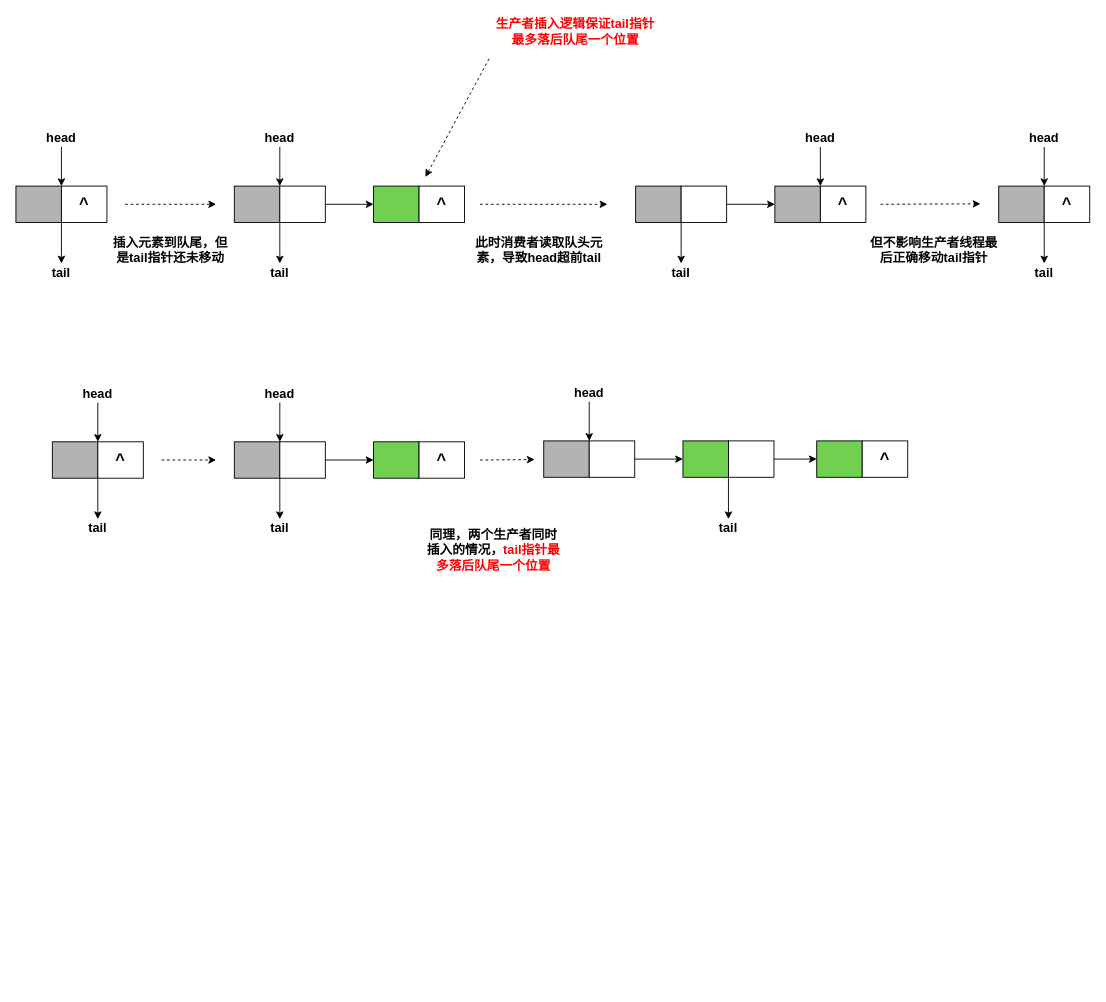
walkerdu/draw_io keeps this draw.io diagram as shm_queue_lf.drawio. Above is the earlier version. Source tidied: cells renumbered, new cells numbered last; positions are measured from the earlier drawing's top-left corner, leaving out a move shared by most shapes. Both pictures are drawn from the tidied source at 91%, with x=0, y=0 at pixel (15, 22).
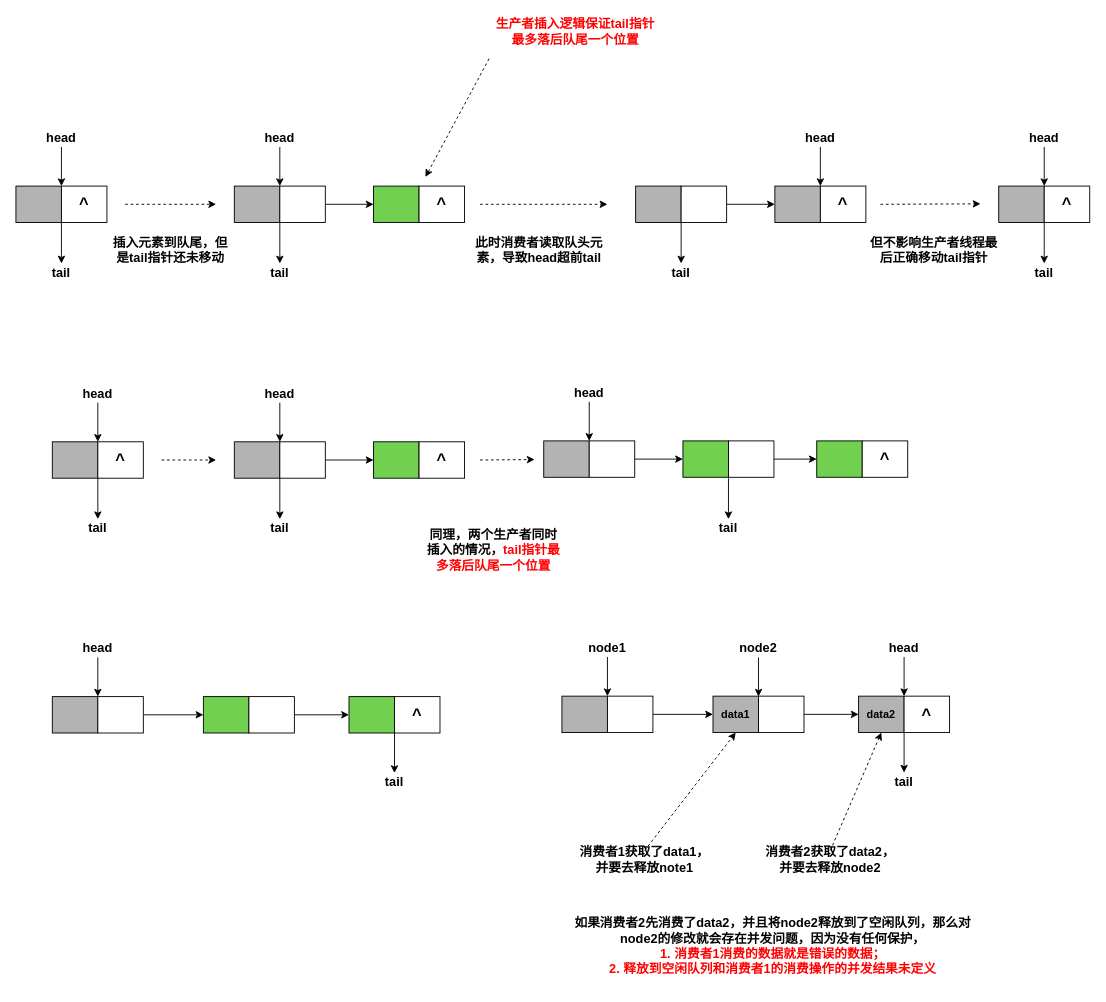
The same page after the edit.

What changed in the source:
```diff
@@
+    <mxCell id="82" style="endArrow=classic;html=1;entryX=1;entryY=0;entryDx=0;entryDy=0;" parent="1" edge="1" source="83" target="87">
+      <mxGeometry relative="1" as="geometry" />
+    </mxCell>
+    <mxCell id="83" value="&lt;font style=&quot;font-size: 14px&quot;&gt;&lt;b&gt;head&lt;/b&gt;&lt;/font&gt;" style="text;html=1;strokeColor=none;fillColor=none;align=center;verticalAlign=middle;whiteSpace=wrap;rounded=0;" parent="1" vertex="1">
+      <mxGeometry x="70" y="678" width="40" height="20" as="geometry" />
+    </mxCell>
+    <mxCell id="84" value="&lt;font style=&quot;font-size: 14px&quot;&gt;&lt;b&gt;tail&lt;/b&gt;&lt;/font&gt;" style="text;html=1;strokeColor=none;fillColor=none;align=center;verticalAlign=middle;whiteSpace=wrap;rounded=0;" parent="1" vertex="1">
+      <mxGeometry x="396" y="825" width="40" height="20" as="geometry" />
+    </mxCell>
+    <mxCell id="85" style="endArrow=classic;html=1;exitX=0;exitY=1;exitDx=0;exitDy=0;entryX=0.5;entryY=0;entryDx=0;entryDy=0;" parent="1" edge="1" source="91" target="84">
+      <mxGeometry relative="1" as="geometry" />
+    </mxCell>
+    <mxCell id="86" style="group;" parent="1" vertex="1">
+      <mxGeometry x="40" y="741" width="100" height="40" as="geometry" />
+    </mxCell>
+    <mxCell id="87" style="rounded=0;whiteSpace=wrap;html=1;fillColor=#B3B3B3;" parent="86" vertex="1">
+      <mxGeometry width="50" height="40" as="geometry" />
+    </mxCell>
+    <mxCell id="88" style="rounded=0;whiteSpace=wrap;html=1;" parent="86" vertex="1">
+      <mxGeometry x="50" width="50" height="40" as="geometry" />
+    </mxCell>
+    <mxCell id="89" style="group;" parent="1" vertex="1">
+      <mxGeometry x="366" y="741" width="100" height="40" as="geometry" />
+    </mxCell>
+    <mxCell id="90" style="rounded=0;whiteSpace=wrap;html=1;fillColor=#71D04F;" parent="89" vertex="1">
+      <mxGeometry width="50" height="40" as="geometry" />
+    </mxCell>
+    <mxCell id="91" value="&lt;b&gt;&lt;font style=&quot;font-size: 18px&quot;&gt;^&lt;/font&gt;&lt;/b&gt;" style="rounded=0;whiteSpace=wrap;html=1;" parent="89" vertex="1">
+      <mxGeometry x="50" width="50" height="40" as="geometry" />
+    </mxCell>
+    <mxCell id="92" style="group;" parent="1" vertex="1">
+      <mxGeometry x="206" y="741" width="100" height="40" as="geometry" />
+    </mxCell>
+    <mxCell id="93" style="rounded=0;whiteSpace=wrap;html=1;fillColor=#71D04F;" parent="92" vertex="1">
+      <mxGeometry width="50" height="40" as="geometry" />
+    </mxCell>
+    <mxCell id="94" style="rounded=0;whiteSpace=wrap;html=1;" parent="92" vertex="1">
+      <mxGeometry x="50" width="50" height="40" as="geometry" />
+    </mxCell>
+    <mxCell id="95" style="endArrow=classic;html=1;entryX=0;entryY=0.5;entryDx=0;entryDy=0;exitX=1;exitY=0.5;exitDx=0;exitDy=0;" parent="1" edge="1" source="88" target="93">
+      <mxGeometry relative="1" as="geometry" />
+    </mxCell>
+    <mxCell id="96" style="endArrow=classic;html=1;entryX=0;entryY=0.5;entryDx=0;entryDy=0;exitX=1;exitY=0.5;exitDx=0;exitDy=0;" parent="1" edge="1" source="94" target="90">
+      <mxGeometry relative="1" as="geometry" />
+    </mxCell>
+    <mxCell id="97" style="endArrow=classic;html=1;entryX=1;entryY=0;entryDx=0;entryDy=0;" parent="1" edge="1" source="98" target="102">
+      <mxGeometry relative="1" as="geometry" />
+    </mxCell>
+    <mxCell id="98" value="&lt;font style=&quot;font-size: 14px&quot;&gt;&lt;b&gt;node1&lt;/b&gt;&lt;/font&gt;" style="text;html=1;strokeColor=none;fillColor=none;align=center;verticalAlign=middle;whiteSpace=wrap;rounded=0;" parent="1" vertex="1">
+      <mxGeometry x="630" y="677.5" width="40" height="20" as="geometry" />
+    </mxCell>
+    <mxCell id="99" value="&lt;font style=&quot;font-size: 14px&quot;&gt;&lt;b&gt;tail&lt;/b&gt;&lt;/font&gt;" style="text;html=1;strokeColor=none;fillColor=none;align=center;verticalAlign=middle;whiteSpace=wrap;rounded=0;" parent="1" vertex="1">
+      <mxGeometry x="956" y="824.5" width="40" height="20" as="geometry" />
+    </mxCell>
+    <mxCell id="100" style="endArrow=classic;html=1;exitX=0;exitY=1;exitDx=0;exitDy=0;entryX=0.5;entryY=0;entryDx=0;entryDy=0;" parent="1" edge="1" source="106" target="99">
+      <mxGeometry relative="1" as="geometry" />
+    </mxCell>
+    <mxCell id="101" style="group;" parent="1" vertex="1">
+      <mxGeometry x="600" y="740.5" width="100" height="40" as="geometry" />
+    </mxCell>
+    <mxCell id="102" style="rounded=0;whiteSpace=wrap;html=1;fillColor=#B3B3B3;" parent="101" vertex="1">
+      <mxGeometry width="50" height="40" as="geometry" />
+    </mxCell>
+    <mxCell id="103" style="rounded=0;whiteSpace=wrap;html=1;" parent="101" vertex="1">
+      <mxGeometry x="50" width="50" height="40" as="geometry" />
+    </mxCell>
+    <mxCell id="104" style="group;" parent="1" vertex="1">
+      <mxGeometry x="926" y="740.5" width="100" height="40" as="geometry" />
+    </mxCell>
+    <mxCell id="105" value="&lt;b&gt;data2&lt;/b&gt;" style="rounded=0;whiteSpace=wrap;html=1;fillColor=#B3B3B3;" parent="104" vertex="1">
+      <mxGeometry width="50" height="40" as="geometry" />
+    </mxCell>
+    <mxCell id="106" value="&lt;b&gt;&lt;font style=&quot;font-size: 18px&quot;&gt;^&lt;/font&gt;&lt;/b&gt;" style="rounded=0;whiteSpace=wrap;html=1;" parent="104" vertex="1">
+      <mxGeometry x="50" width="50" height="40" as="geometry" />
+    </mxCell>
+    <mxCell id="107" style="group;" parent="1" vertex="1">
+      <mxGeometry x="766" y="740.5" width="100" height="40" as="geometry" />
+    </mxCell>
+    <mxCell id="108" value="&lt;b&gt;data1&lt;/b&gt;" style="rounded=0;whiteSpace=wrap;html=1;fillColor=#B3B3B3;" parent="107" vertex="1">
+      <mxGeometry width="50" height="40" as="geometry" />
+    </mxCell>
+    <mxCell id="109" style="rounded=0;whiteSpace=wrap;html=1;" parent="107" vertex="1">
+      <mxGeometry x="50" width="50" height="40" as="geometry" />
+    </mxCell>
+    <mxCell id="110" style="endArrow=classic;html=1;entryX=0;entryY=0.5;entryDx=0;entryDy=0;exitX=1;exitY=0.5;exitDx=0;exitDy=0;" parent="1" edge="1" source="103" target="108">
+      <mxGeometry relative="1" as="geometry" />
+    </mxCell>
+    <mxCell id="111" style="endArrow=classic;html=1;entryX=0;entryY=0.5;entryDx=0;entryDy=0;exitX=1;exitY=0.5;exitDx=0;exitDy=0;" parent="1" edge="1" source="109" target="105">
+      <mxGeometry relative="1" as="geometry" />
+    </mxCell>
+    <mxCell id="112" style="endArrow=classic;html=1;entryX=1;entryY=0;entryDx=0;entryDy=0;" parent="1" edge="1" source="113">
+      <mxGeometry relative="1" as="geometry">
+        <mxPoint x="816" y="741" as="targetPoint" />
+      </mxGeometry>
+    </mxCell>
+    <mxCell id="113" value="&lt;font style=&quot;font-size: 14px&quot;&gt;&lt;b&gt;node2&lt;/b&gt;&lt;/font&gt;" style="text;html=1;strokeColor=none;fillColor=none;align=center;verticalAlign=middle;whiteSpace=wrap;rounded=0;" parent="1" vertex="1">
+      <mxGeometry x="796" y="678" width="40" height="20" as="geometry" />
+    </mxCell>
+    <mxCell id="114" style="endArrow=classic;html=1;entryX=1;entryY=0;entryDx=0;entryDy=0;" parent="1" edge="1" source="115">
+      <mxGeometry relative="1" as="geometry">
+        <mxPoint x="976" y="740.5" as="targetPoint" />
+      </mxGeometry>
+    </mxCell>
+    <mxCell id="115" value="&lt;font style=&quot;font-size: 14px&quot;&gt;&lt;b&gt;head&lt;/b&gt;&lt;/font&gt;" style="text;html=1;strokeColor=none;fillColor=none;align=center;verticalAlign=middle;whiteSpace=wrap;rounded=0;" parent="1" vertex="1">
+      <mxGeometry x="956" y="677.5" width="40" height="20" as="geometry" />
+    </mxCell>
+    <mxCell id="116" value="&lt;span style=&quot;font-size: 14px&quot;&gt;&lt;b&gt;消费者1获取了data1，并要去释放note1&lt;/b&gt;&lt;/span&gt;" style="text;html=1;strokeColor=none;fillColor=none;align=center;verticalAlign=middle;whiteSpace=wrap;rounded=0;" parent="1" vertex="1">
+      <mxGeometry x="616" y="910" width="150" height="20" as="geometry" />
+    </mxCell>
+    <mxCell id="117" value="&lt;span style=&quot;font-size: 14px&quot;&gt;&lt;b&gt;消费者2获取了data2，并要去释放node2&lt;/b&gt;&lt;/span&gt;" style="text;html=1;strokeColor=none;fillColor=none;align=center;verticalAlign=middle;whiteSpace=wrap;rounded=0;" parent="1" vertex="1">
+      <mxGeometry x="820" y="910" width="150" height="20" as="geometry" />
+    </mxCell>
+    <mxCell id="118" style="endArrow=classic;html=1;dashed=1;entryX=0.5;entryY=1;entryDx=0;entryDy=0;exitX=0.5;exitY=0;exitDx=0;exitDy=0;" parent="1" edge="1" source="116" target="108">
+      <mxGeometry relative="1" as="geometry" />
+    </mxCell>
+    <mxCell id="119" style="endArrow=classic;html=1;dashed=1;entryX=0.5;entryY=1;entryDx=0;entryDy=0;exitX=0.5;exitY=0;exitDx=0;exitDy=0;" parent="1" edge="1" source="117" target="105">
+      <mxGeometry relative="1" as="geometry" />
+    </mxCell>
+    <mxCell id="120" style="edgeStyle=orthogonalEdgeStyle;rounded=0;orthogonalLoop=1;jettySize=auto;html=1;exitX=0.5;exitY=1;exitDx=0;exitDy=0;dashed=1;" parent="1" edge="1" source="116" target="116">
+      <mxGeometry relative="1" as="geometry" />
+    </mxCell>
+    <mxCell id="121" value="&lt;span style=&quot;font-size: 14px&quot;&gt;&lt;b&gt;如果消费者2先消费了data2，并且将node2释放到了空闲队列，那么对node2的修改就会存在并发问题，因为没有任何保护，&lt;br&gt;&lt;font color=&quot;#ff0000&quot;&gt;1. 消费者1消费的数据就是错误的数据；&lt;br&gt;2. 释放到空闲队列和消费者1的消费操作的并发结果未定义&lt;/font&gt;&lt;br&gt;&lt;/b&gt;&lt;/span&gt;" style="text;html=1;strokeColor=none;fillColor=none;align=center;verticalAlign=middle;whiteSpace=wrap;rounded=0;" parent="1" vertex="1">
+      <mxGeometry x="610" y="970" width="444" height="90" as="geometry" />
+    </mxCell>
```
